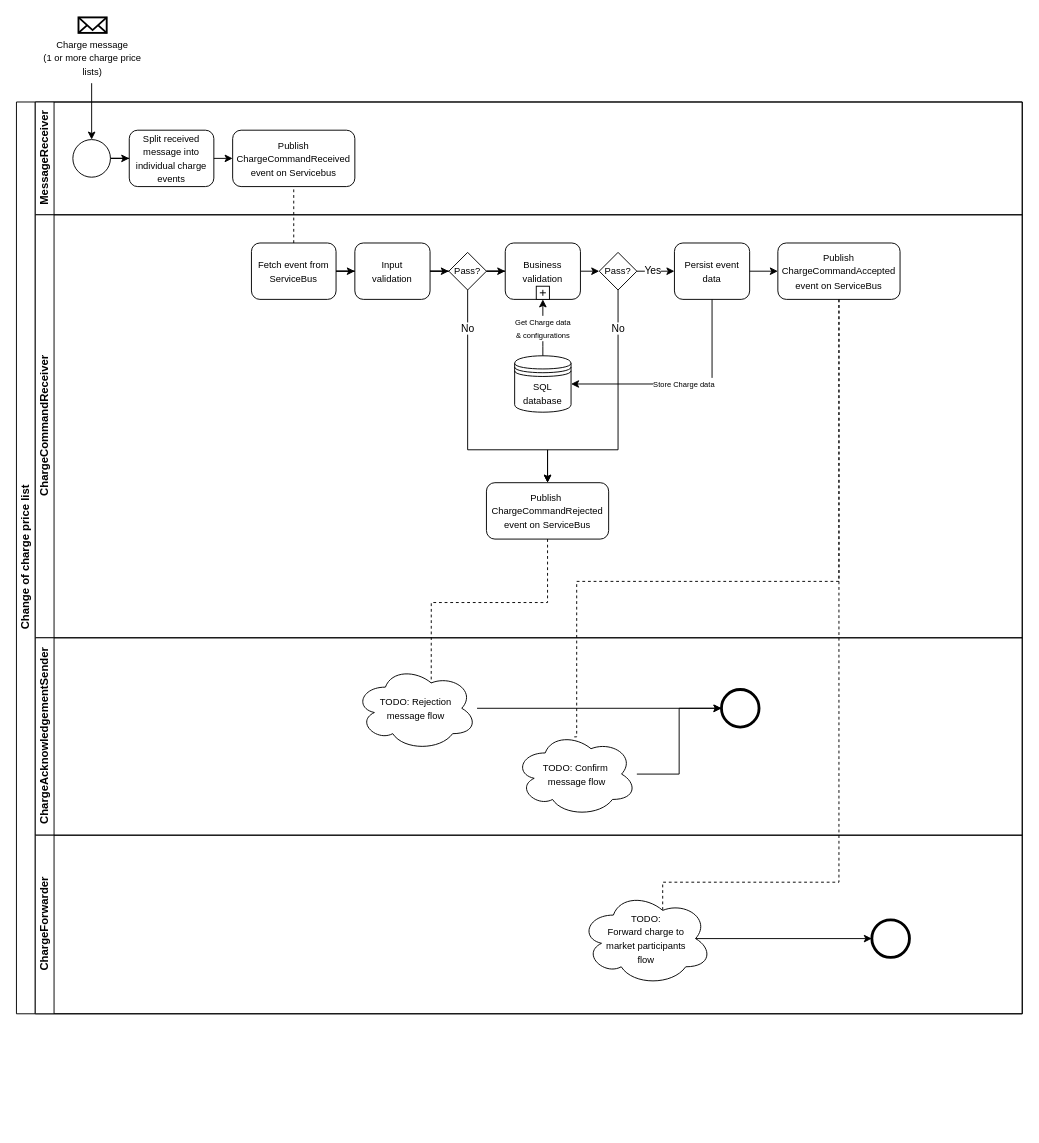
Earlier version of the draw.io diagram docs/images/ChangeOfChargePriceListProcessFlow.drawio (Energinet-DataHub/ARCHIVED-geh-charges). Source tidied: cells renumbered, new cells numbered last; positions are measured from the earlier drawing's top-left corner, leaving out a move shared by most shapes. Both pictures are drawn from the tidied source at 94%, with x=0, y=0 at pixel (16, 17).
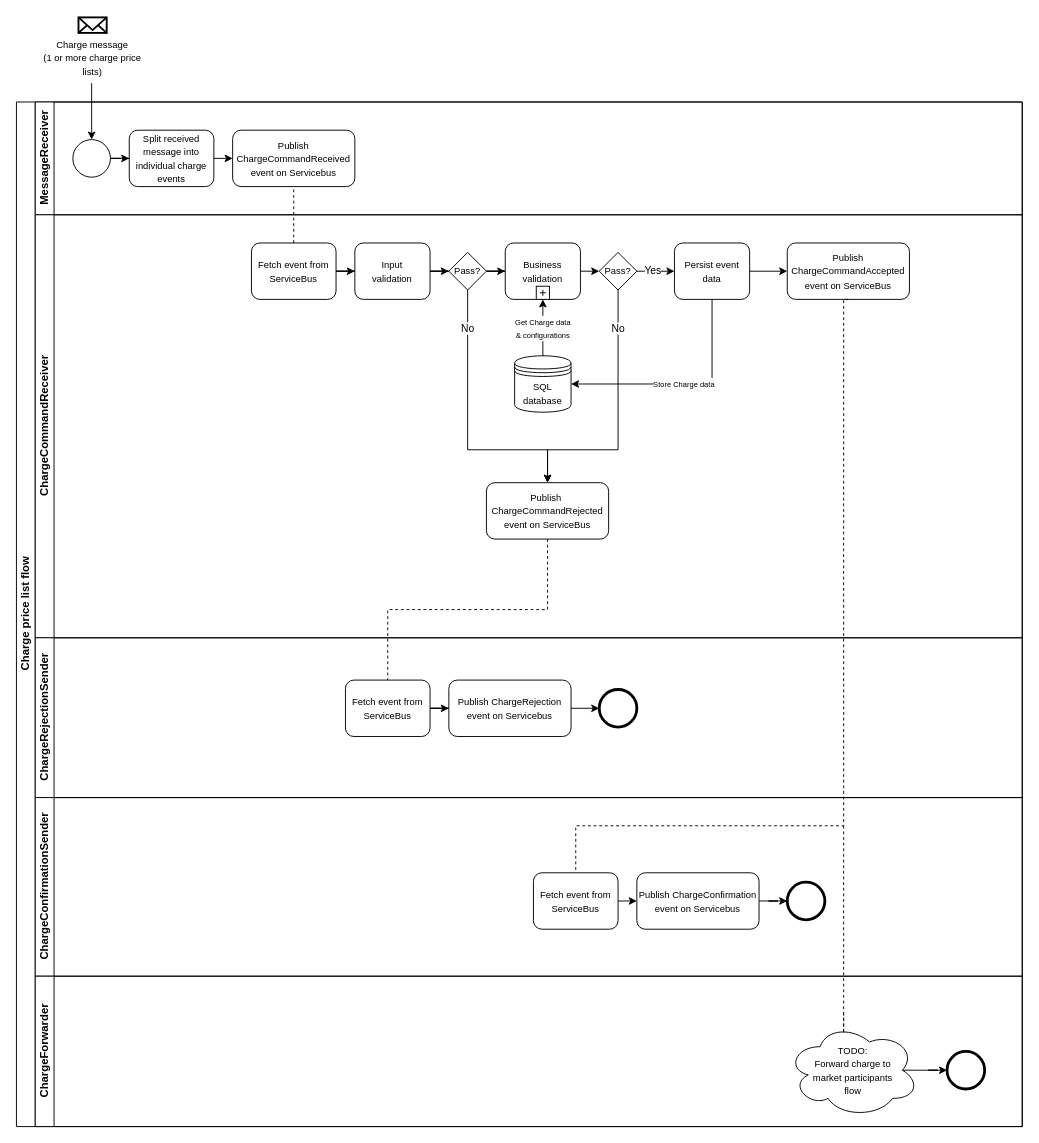
Above is the later version.

Commit message (it also covers changes not shown here):
Updated flow charge price list flow diagram

The change refers to these unchanged cells:
```xml
<mxCell id="9" value="ChargeCommandReceiver" style="swimlane;html=1;startSize=20;horizontal=0;" parent="2" vertex="1">
  <mxGeometry x="20" y="120" width="1050" height="450" as="geometry" />
</mxCell>
<mxCell id="27" value="&lt;span style=&quot;font-size: 10px&quot;&gt;Publish&amp;nbsp;&lt;/span&gt;&lt;br style=&quot;font-size: 10px&quot;&gt;&lt;span style=&quot;font-size: 10px&quot;&gt;ChargeCommandRejected&lt;br&gt;event on ServiceBus&lt;/span&gt;" style="whiteSpace=wrap;html=1;rounded=1;" parent="9" vertex="1">
  <mxGeometry x="480" y="285" width="130" height="60" as="geometry" />
</mxCell>
```

Change to the diagram source:
```diff
@@
-    <mxCell id="2" value="Change of charge price list" style="swimlane;html=1;horizontal=0;startSize=20;rounded=0;" parent="1" vertex="1">
-      <mxGeometry y="90" width="1070" height="970" as="geometry" />
+    <mxCell id="2" value="Charge price list flow" style="swimlane;html=1;horizontal=0;startSize=20;rounded=0;" parent="1" vertex="1">
+      <mxGeometry y="90" width="1070" height="1090" as="geometry" />
     </mxCell>
@@
     <mxCell id="13" value="&lt;font style=&quot;font-size: 10px&quot;&gt;Publish&lt;br&gt;ChargeCommandAccepted&lt;br&gt;event on ServiceBus&lt;br&gt;&lt;/font&gt;" style="whiteSpace=wrap;html=1;rounded=1;" parent="9" vertex="1">
-      <mxGeometry x="790" y="30" width="130" height="60" as="geometry" />
+      <mxGeometry x="800" y="30" width="130" height="60" as="geometry" />
     </mxCell>
@@
-    <mxCell id="31" value="ChargeAcknowledgementSender" style="swimlane;html=1;startSize=20;horizontal=0;" parent="2" vertex="1">
-      <mxGeometry x="20" y="570" width="1050" height="210" as="geometry" />
+    <mxCell id="31" value="ChargeRejectionSender" style="swimlane;html=1;startSize=20;horizontal=0;" parent="2" vertex="1">
+      <mxGeometry x="20" y="570" width="1050" height="170" as="geometry" />
     </mxCell>
-    <mxCell id="32" value="&lt;span style=&quot;font-size: 10px&quot;&gt;TODO: Rejection &lt;br&gt;message flow&lt;/span&gt;" style="ellipse;shape=cloud;whiteSpace=wrap;html=1;rounded=0;" parent="31" vertex="1">
-      <mxGeometry x="340" y="30" width="130" height="90" as="geometry" />
-    </mxCell>
-    <mxCell id="33" value="&lt;font style=&quot;font-size: 10px&quot;&gt;TODO: Confirm&lt;br&gt;&amp;nbsp;message flow&lt;/font&gt;" style="ellipse;shape=cloud;whiteSpace=wrap;html=1;" parent="31" vertex="1">
-      <mxGeometry x="510" y="100" width="130" height="90" as="geometry" />
-    </mxCell>
     <mxCell id="34" style="shape=mxgraph.bpmn.shape;html=1;verticalLabelPosition=bottom;labelBackgroundColor=#ffffff;verticalAlign=top;align=center;perimeter=ellipsePerimeter;outlineConnect=0;outline=end;symbol=general;strokeColor=#000000;" parent="31" vertex="1">
-      <mxGeometry x="730" y="55" width="40" height="40" as="geometry" />
+      <mxGeometry x="600" y="55" width="40" height="40" as="geometry" />
     </mxCell>
-    <mxCell id="35" style="edgeStyle=orthogonalEdgeStyle;rounded=0;jettySize=auto;html=1;entryX=0;entryY=0.5;entryDx=0;entryDy=0;" parent="31" edge="1" source="32" target="34">
+    <mxCell id="35" style="edgeStyle=orthogonalEdgeStyle;rounded=0;jettySize=auto;html=1;entryX=0;entryY=0.5;entryDx=0;entryDy=0;exitX=1;exitY=0.5;exitDx=0;exitDy=0;" parent="31" edge="1" source="51" target="34">
       <mxGeometry relative="1" as="geometry" />
     </mxCell>
-    <mxCell id="36" style="edgeStyle=orthogonalEdgeStyle;rounded=0;jettySize=auto;html=1;entryX=0;entryY=0.5;entryDx=0;entryDy=0;" parent="31" edge="1" source="33" target="34">
-      <mxGeometry relative="1" as="geometry" />
-    </mxCell>
+    <mxCell id="49" style="edgeStyle=orthogonalEdgeStyle;rounded=0;jettySize=auto;html=1;entryX=0;entryY=0.5;entryDx=0;entryDy=0;" parent="31" edge="1" source="50" target="51">
+      <mxGeometry relative="1" as="geometry" />
+    </mxCell>
+    <mxCell id="50" value="&lt;font style=&quot;font-size: 10px&quot;&gt;Fetch event from ServiceBus&lt;/font&gt;" style="rounded=1;whiteSpace=wrap;html=1;fontFamily=Helvetica;fontSize=12;fontColor=#000000;align=center;" parent="31" vertex="1">
+      <mxGeometry x="330" y="45" width="90" height="60" as="geometry" />
+    </mxCell>
+    <mxCell id="51" value="&lt;font style=&quot;font-size: 10px&quot;&gt;Publish ChargeRejection&lt;br&gt;event on Servicebus&lt;/font&gt;" style="rounded=1;whiteSpace=wrap;html=1;fontFamily=Helvetica;fontSize=12;fontColor=#000000;align=center;" parent="31" vertex="1">
+      <mxGeometry x="440" y="45" width="130" height="60" as="geometry" />
+    </mxCell>
-    <mxCell id="37" value="ChargeForwarder" style="swimlane;html=1;startSize=20;horizontal=0;" parent="2" vertex="1">
-      <mxGeometry x="20" y="780" width="1050" height="190" as="geometry" />
+    <mxCell id="37" value="ChargeConfirmationSender" style="swimlane;html=1;startSize=20;horizontal=0;" parent="2" vertex="1">
+      <mxGeometry x="20" y="740" width="1050" height="190" as="geometry" />
     </mxCell>
-    <mxCell id="38" value="&lt;font style=&quot;font-size: 10px&quot;&gt;TODO: &lt;br&gt;Forward charge to &lt;br&gt;market participants &lt;br&gt;flow&lt;/font&gt;" style="ellipse;shape=cloud;whiteSpace=wrap;html=1;" parent="37" vertex="1">
-      <mxGeometry x="580" y="60" width="140" height="100" as="geometry" />
-    </mxCell>
     <mxCell id="39" style="shape=mxgraph.bpmn.shape;html=1;verticalLabelPosition=bottom;labelBackgroundColor=#ffffff;verticalAlign=top;align=center;perimeter=ellipsePerimeter;outlineConnect=0;outline=end;symbol=general;strokeColor=#000000;" parent="37" vertex="1">
-      <mxGeometry x="890" y="90" width="40" height="40" as="geometry" />
+      <mxGeometry x="800" y="90" width="40" height="40" as="geometry" />
     </mxCell>
-    <mxCell id="40" style="edgeStyle=orthogonalEdgeStyle;rounded=0;jettySize=auto;html=1;exitX=0.875;exitY=0.5;exitDx=0;exitDy=0;exitPerimeter=0;" parent="37" edge="1" source="38" target="39">
+    <mxCell id="40" style="edgeStyle=orthogonalEdgeStyle;rounded=0;jettySize=auto;html=1;exitX=1;exitY=0.5;exitDx=0;exitDy=0;" parent="37" edge="1" source="52" target="39">
       <mxGeometry relative="1" as="geometry" />
     </mxCell>
+    <mxCell id="52" value="&lt;font style=&quot;font-size: 10px&quot;&gt;Publish ChargeConfirmation&lt;br&gt;event on Servicebus&lt;/font&gt;" style="rounded=1;whiteSpace=wrap;html=1;fontFamily=Helvetica;fontSize=12;fontColor=#000000;align=center;" parent="37" vertex="1">
+      <mxGeometry x="640" y="80" width="130" height="60" as="geometry" />
+    </mxCell>
+    <mxCell id="53" value="&lt;font style=&quot;font-size: 10px&quot;&gt;Fetch event from ServiceBus&lt;/font&gt;" style="rounded=1;whiteSpace=wrap;html=1;fontFamily=Helvetica;fontSize=12;fontColor=#000000;align=center;" parent="37" vertex="1">
+      <mxGeometry x="530" y="80" width="90" height="60" as="geometry" />
+    </mxCell>
+    <mxCell id="54" style="edgeStyle=orthogonalEdgeStyle;rounded=0;jettySize=auto;html=1;exitX=1;exitY=0.5;exitDx=0;exitDy=0;entryX=0;entryY=0.5;entryDx=0;entryDy=0;" parent="37" edge="1" source="53" target="52">
+      <mxGeometry relative="1" as="geometry" />
+    </mxCell>
+    <mxCell id="55" value="ChargeForwarder" style="swimlane;html=1;startSize=20;horizontal=0;" parent="2" vertex="1">
+      <mxGeometry x="20" y="930" width="1050" height="160" as="geometry" />
+    </mxCell>
+    <mxCell id="38" value="&lt;font style=&quot;font-size: 10px&quot;&gt;TODO: &lt;br&gt;Forward charge to &lt;br&gt;market participants &lt;br&gt;flow&lt;/font&gt;" style="ellipse;shape=cloud;whiteSpace=wrap;html=1;" parent="55" vertex="1">
+      <mxGeometry x="800" y="50" width="140" height="100" as="geometry" />
+    </mxCell>
+    <mxCell id="56" style="shape=mxgraph.bpmn.shape;html=1;verticalLabelPosition=bottom;labelBackgroundColor=#ffffff;verticalAlign=top;align=center;perimeter=ellipsePerimeter;outlineConnect=0;outline=end;symbol=general;strokeColor=#000000;" parent="55" vertex="1">
+      <mxGeometry x="970" y="80" width="40" height="40" as="geometry" />
+    </mxCell>
+    <mxCell id="57" style="edgeStyle=orthogonalEdgeStyle;rounded=0;jettySize=auto;html=1;exitX=0.875;exitY=0.5;exitDx=0;exitDy=0;exitPerimeter=0;" parent="55" edge="1" source="38" target="56">
+      <mxGeometry relative="1" as="geometry" />
+    </mxCell>
@@
-    <mxCell id="42" style="endArrow=none;dashed=1;edgeStyle=orthogonalEdgeStyle;rounded=0;jettySize=auto;html=1;entryX=0.625;entryY=0.2;entryDx=0;entryDy=0;entryPerimeter=0;exitX=0.5;exitY=1;exitDx=0;exitDy=0;" parent="2" edge="1" source="27" target="32">
+    <mxCell id="42" style="endArrow=none;dashed=1;edgeStyle=orthogonalEdgeStyle;rounded=0;jettySize=auto;html=1;entryX=0.5;entryY=0;entryDx=0;entryDy=0;exitX=0.5;exitY=1;exitDx=0;exitDy=0;" parent="2" edge="1" source="27" target="50">
       <mxGeometry relative="1" as="geometry" />
     </mxCell>
-    <mxCell id="43" style="endArrow=none;dashed=1;edgeStyle=orthogonalEdgeStyle;rounded=0;jettySize=auto;html=1;entryX=0.47;entryY=0.06;entryDx=0;entryDy=0;entryPerimeter=0;exitX=0.5;exitY=1;exitDx=0;exitDy=0;" parent="2" edge="1" source="13" target="33">
+    <mxCell id="43" style="endArrow=none;dashed=1;edgeStyle=orthogonalEdgeStyle;rounded=0;jettySize=auto;html=1;entryX=0.5;entryY=0;entryDx=0;entryDy=0;" parent="2" edge="1" target="53">
       <mxGeometry relative="1" as="geometry">
+        <mxPoint x="885" y="210" as="sourcePoint" />
         <Array as="points">
-          <mxPoint x="875" y="510" />
-          <mxPoint x="596" y="510" />
+          <mxPoint x="880" y="210" />
+          <mxPoint x="880" y="770" />
+          <mxPoint x="595" y="770" />
         </Array>
       </mxGeometry>
     </mxCell>
-    <mxCell id="44" style="endArrow=none;dashed=1;edgeStyle=orthogonalEdgeStyle;rounded=0;jettySize=auto;html=1;exitX=0.5;exitY=1;exitDx=0;exitDy=0;entryX=0.625;entryY=0.2;entryDx=0;entryDy=0;entryPerimeter=0;" parent="2" edge="1" source="13" target="38">
-      <mxGeometry relative="1" as="geometry">
-        <Array as="points">
-          <mxPoint x="875" y="830" />
-          <mxPoint x="688" y="830" />
-        </Array>
-      </mxGeometry>
-    </mxCell>
@@
+    <mxCell id="58" style="endArrow=none;dashed=1;edgeStyle=orthogonalEdgeStyle;rounded=0;orthogonalLoop=1;jettySize=auto;html=1;" parent="1" edge="1">
+      <mxGeometry relative="1" as="geometry">
+        <mxPoint x="880" y="860" as="sourcePoint" />
+        <mxPoint x="880" y="1060" as="targetPoint" />
+        <Array as="points">
+          <mxPoint x="880" y="1081" />
+        </Array>
+      </mxGeometry>
+    </mxCell>
```
